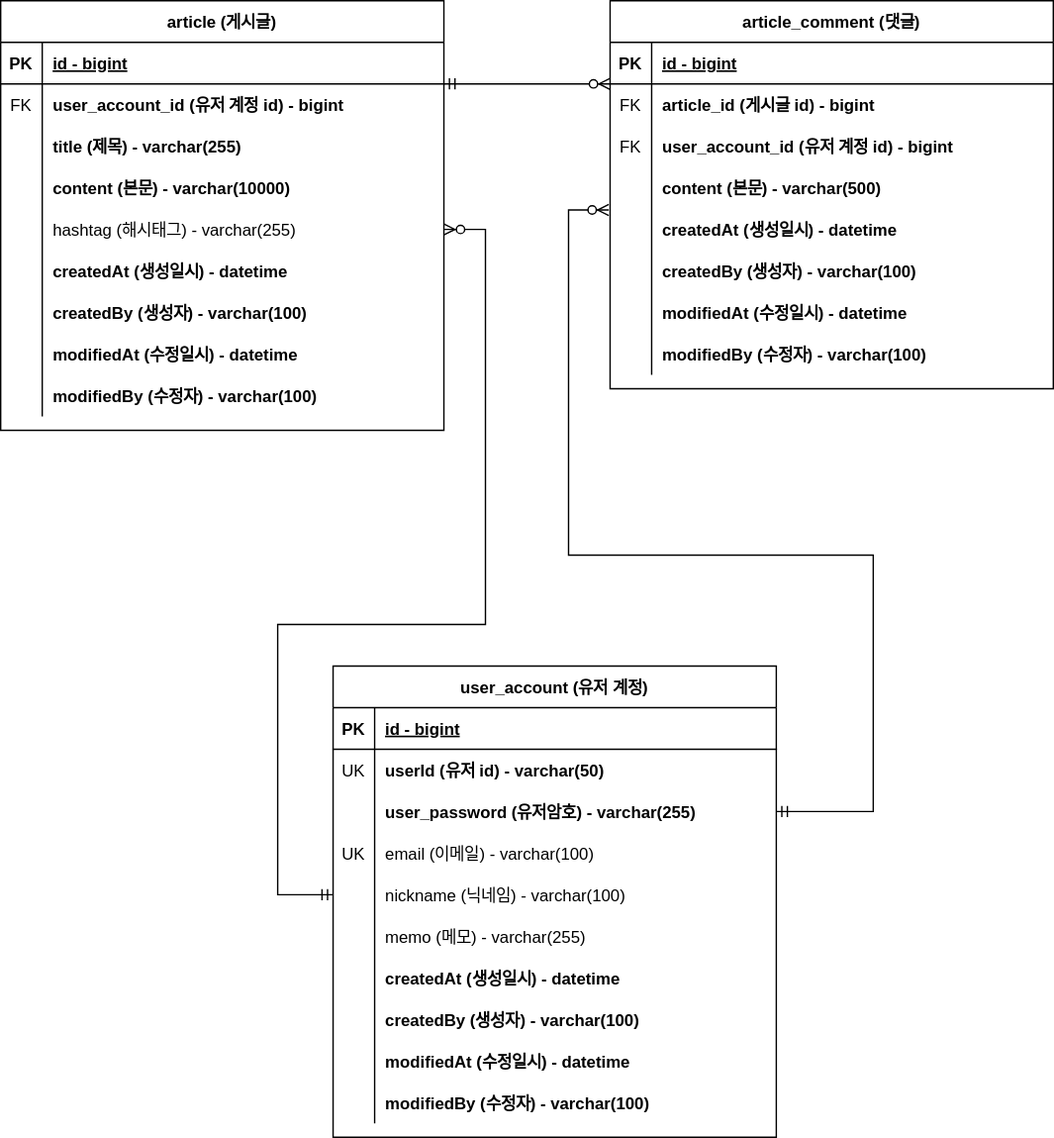
This is document/project-board-erd.svg from 2yxxn/fastcampus-project-board, a draw.io export, as it was before one commit. Source tidied: cells renumbered, new cells last; positions are measured from the earlier drawing's top-left corner, leaving out a move shared by most shapes.
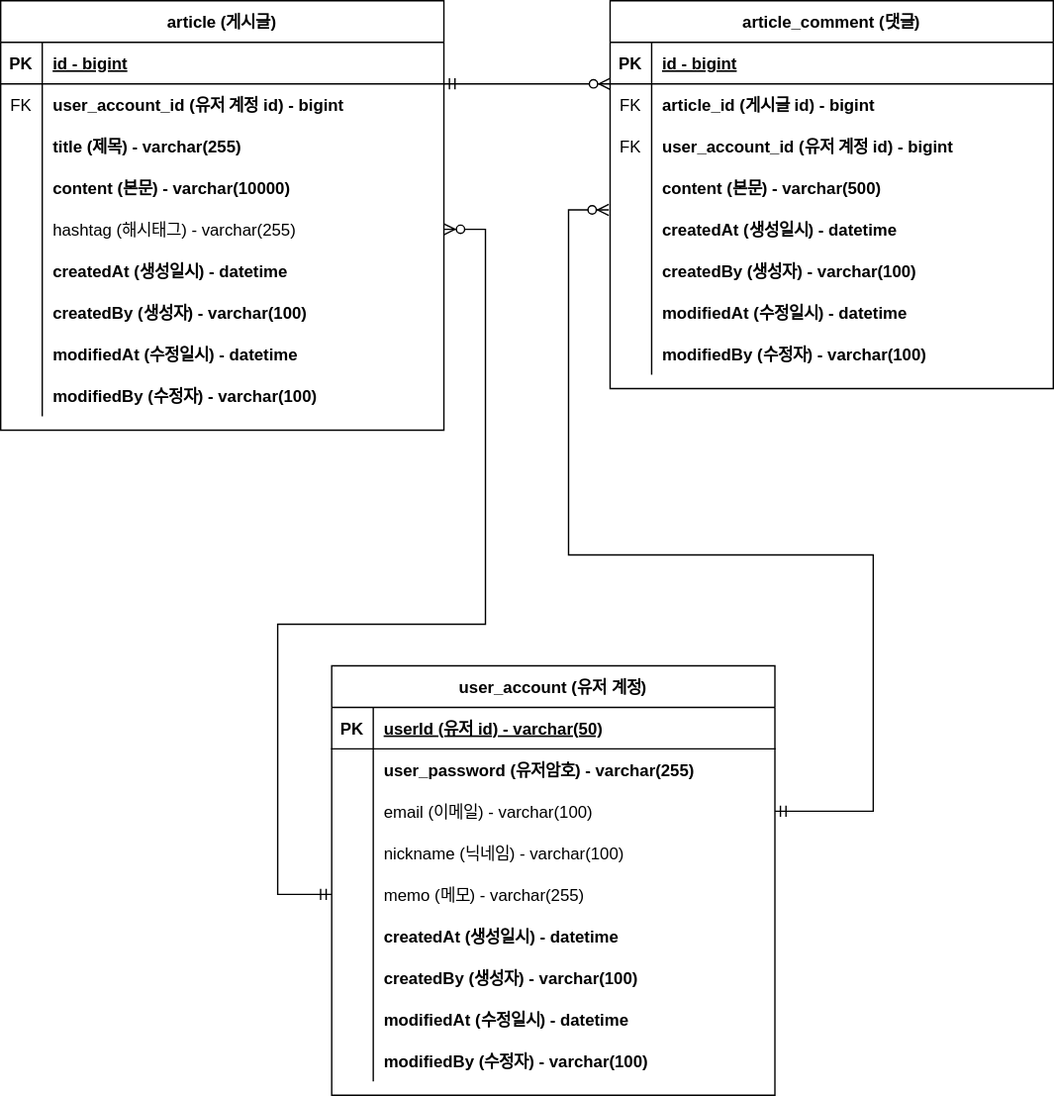
Above is the later version.

Commit message:
#37 - ERD 문서 수정 : 회원 계정 user_id 를 PK 로 변경

회원 계정 기존 `id` 를 삭제하고 `user_id` 를 pk 로 변경하는 그림 적용함.

Diff of the diagram source:
```diff
@@ -162,7 +162,7 @@
       <mxGeometry x="30" width="290" height="30" as="geometry" />
     </mxCell>
     <mxCell id="55" value="user_account (유저 계정)" style="shape=table;startSize=30;rowLines=0;fontStyle=1;align=center;" parent="1" vertex="1">
-      <mxGeometry x="240" y="480" width="320" height="340" as="geometry" />
+      <mxGeometry x="239" y="480" width="320" height="310" as="geometry" />
     </mxCell>
     <mxCell id="56" style="shape=tableRow;horizontal=0;startSize=0;swimlaneHead=0;swimlaneBody=0;fillColor=none;top=0;left=0;right=0;bottom=1;" parent="55" vertex="1">
       <mxGeometry y="30" width="320" height="30" as="geometry" />
@@ -170,20 +170,11 @@
     <mxCell id="57" value="PK" style="shape=partialRectangle;fillColor=none;top=0;left=0;bottom=0;right=0;fontStyle=1;overflow=hidden;" parent="56" vertex="1">
       <mxGeometry width="30" height="30" as="geometry" />
     </mxCell>
-    <mxCell id="58" value="id - bigint" style="shape=partialRectangle;fillColor=none;top=0;left=0;bottom=0;right=0;align=left;spacingLeft=6;fontStyle=5;overflow=hidden;" parent="56" vertex="1">
+    <mxCell id="58" value="userId (유저 id) - varchar(50)" style="shape=partialRectangle;fillColor=none;top=0;left=0;bottom=0;right=0;align=left;spacingLeft=6;fontStyle=5;overflow=hidden;" parent="56" vertex="1">
       <mxGeometry x="30" width="290" height="30" as="geometry" />
     </mxCell>
-    <mxCell id="59" style="shape=tableRow;horizontal=0;startSize=0;swimlaneHead=0;swimlaneBody=0;fillColor=none;top=0;left=0;right=0;bottom=0;" parent="55" vertex="1">
-      <mxGeometry y="60" width="320" height="30" as="geometry" />
-    </mxCell>
-    <mxCell id="60" value="UK" style="shape=partialRectangle;fillColor=none;top=0;left=0;bottom=0;right=0;overflow=hidden;" parent="59" vertex="1">
-      <mxGeometry width="30" height="30" as="geometry" />
-    </mxCell>
-    <mxCell id="61" value="userId (유저 id) - varchar(50)" style="shape=partialRectangle;fillColor=none;top=0;left=0;bottom=0;right=0;align=left;spacingLeft=6;overflow=hidden;fontStyle=1;" parent="59" vertex="1">
-      <mxGeometry x="30" width="290" height="30" as="geometry" />
-    </mxCell>
     <mxCell id="62" style="shape=tableRow;horizontal=0;startSize=0;swimlaneHead=0;swimlaneBody=0;fillColor=none;points=[[0,0.5],[1,0.5]];portConstraint=eastwest;top=0;left=0;right=0;bottom=0;" parent="55" vertex="1">
-      <mxGeometry y="90" width="320" height="30" as="geometry" />
+      <mxGeometry y="60" width="320" height="30" as="geometry" />
     </mxCell>
     <mxCell id="63" style="shape=partialRectangle;fillColor=none;top=0;left=0;bottom=0;right=0;overflow=hidden;" parent="62" vertex="1">
       <mxGeometry width="30" height="30" as="geometry" />
@@ -192,16 +183,16 @@
       <mxGeometry x="30" width="290" height="30" as="geometry" />
     </mxCell>
     <mxCell id="65" style="shape=tableRow;horizontal=0;startSize=0;swimlaneHead=0;swimlaneBody=0;fillColor=none;points=[[0,0.5],[1,0.5]];portConstraint=eastwest;top=0;left=0;right=0;bottom=0;" parent="55" vertex="1">
-      <mxGeometry y="120" width="320" height="30" as="geometry" />
+      <mxGeometry y="90" width="320" height="30" as="geometry" />
     </mxCell>
-    <mxCell id="66" value="UK" style="shape=partialRectangle;fillColor=none;top=0;left=0;bottom=0;right=0;overflow=hidden;" parent="65" vertex="1">
+    <mxCell id="66" style="shape=partialRectangle;fillColor=none;top=0;left=0;bottom=0;right=0;overflow=hidden;" parent="65" vertex="1">
       <mxGeometry width="30" height="30" as="geometry" />
     </mxCell>
     <mxCell id="67" value="email (이메일) - varchar(100)" style="shape=partialRectangle;fillColor=none;top=0;left=0;bottom=0;right=0;align=left;spacingLeft=6;overflow=hidden;" parent="65" vertex="1">
       <mxGeometry x="30" width="290" height="30" as="geometry" />
     </mxCell>
     <mxCell id="68" style="shape=tableRow;horizontal=0;startSize=0;swimlaneHead=0;swimlaneBody=0;fillColor=none;points=[[0,0.5],[1,0.5]];portConstraint=eastwest;top=0;left=0;right=0;bottom=0;" parent="55" vertex="1">
-      <mxGeometry y="150" width="320" height="30" as="geometry" />
+      <mxGeometry y="120" width="320" height="30" as="geometry" />
     </mxCell>
     <mxCell id="69" style="shape=partialRectangle;fillColor=none;top=0;left=0;bottom=0;right=0;overflow=hidden;" parent="68" vertex="1">
       <mxGeometry width="30" height="30" as="geometry" />
@@ -210,7 +201,7 @@
       <mxGeometry x="30" width="290" height="30" as="geometry" />
     </mxCell>
     <mxCell id="71" style="shape=tableRow;horizontal=0;startSize=0;swimlaneHead=0;swimlaneBody=0;fillColor=none;points=[[0,0.5],[1,0.5]];portConstraint=eastwest;top=0;left=0;right=0;bottom=0;" parent="55" vertex="1">
-      <mxGeometry y="180" width="320" height="30" as="geometry" />
+      <mxGeometry y="150" width="320" height="30" as="geometry" />
     </mxCell>
     <mxCell id="72" style="shape=partialRectangle;fillColor=none;top=0;left=0;bottom=0;right=0;overflow=hidden;" parent="71" vertex="1">
       <mxGeometry width="30" height="30" as="geometry" />
@@ -219,7 +210,7 @@
       <mxGeometry x="30" width="290" height="30" as="geometry" />
     </mxCell>
     <mxCell id="74" style="shape=tableRow;horizontal=0;startSize=0;swimlaneHead=0;swimlaneBody=0;fillColor=none;top=0;left=0;right=0;bottom=0;" parent="55" vertex="1">
-      <mxGeometry y="210" width="320" height="30" as="geometry" />
+      <mxGeometry y="180" width="320" height="30" as="geometry" />
     </mxCell>
     <mxCell id="75" style="shape=partialRectangle;fillColor=none;top=0;left=0;bottom=0;right=0;overflow=hidden;" parent="74" vertex="1">
       <mxGeometry width="30" height="30" as="geometry" />
@@ -228,7 +219,7 @@
       <mxGeometry x="30" width="290" height="30" as="geometry" />
     </mxCell>
     <mxCell id="77" style="shape=tableRow;horizontal=0;startSize=0;swimlaneHead=0;swimlaneBody=0;fillColor=none;top=0;left=0;right=0;bottom=0;" parent="55" vertex="1">
-      <mxGeometry y="240" width="320" height="30" as="geometry" />
+      <mxGeometry y="210" width="320" height="30" as="geometry" />
     </mxCell>
     <mxCell id="78" style="shape=partialRectangle;fillColor=none;top=0;left=0;bottom=0;right=0;overflow=hidden;" parent="77" vertex="1">
       <mxGeometry width="30" height="30" as="geometry" />
@@ -237,7 +228,7 @@
       <mxGeometry x="30" width="290" height="30" as="geometry" />
     </mxCell>
     <mxCell id="80" style="shape=tableRow;horizontal=0;startSize=0;swimlaneHead=0;swimlaneBody=0;fillColor=none;top=0;left=0;right=0;bottom=0;" parent="55" vertex="1">
-      <mxGeometry y="270" width="320" height="30" as="geometry" />
+      <mxGeometry y="240" width="320" height="30" as="geometry" />
     </mxCell>
     <mxCell id="81" style="shape=partialRectangle;fillColor=none;top=0;left=0;bottom=0;right=0;overflow=hidden;" parent="80" vertex="1">
       <mxGeometry width="30" height="30" as="geometry" />
@@ -246,7 +237,7 @@
       <mxGeometry x="30" width="290" height="30" as="geometry" />
     </mxCell>
     <mxCell id="83" style="shape=tableRow;horizontal=0;startSize=0;swimlaneHead=0;swimlaneBody=0;fillColor=none;top=0;left=0;right=0;bottom=0;" parent="55" vertex="1">
-      <mxGeometry y="300" width="320" height="30" as="geometry" />
+      <mxGeometry y="270" width="320" height="30" as="geometry" />
     </mxCell>
     <mxCell id="84" style="shape=partialRectangle;fillColor=none;top=0;left=0;bottom=0;right=0;overflow=hidden;" parent="83" vertex="1">
       <mxGeometry width="30" height="30" as="geometry" />
@@ -254,7 +245,7 @@
     <mxCell id="85" value="modifiedBy (수정자) - varchar(100)" style="shape=partialRectangle;fillColor=none;top=0;left=0;bottom=0;right=0;align=left;spacingLeft=6;overflow=hidden;fontStyle=1;" parent="83" vertex="1">
       <mxGeometry x="30" width="290" height="30" as="geometry" />
     </mxCell>
-    <mxCell id="86" style="fontSize=12;html=1;endArrow=ERzeroToMany;startArrow=ERmandOne;rounded=0;exitX=1;exitY=0.5;exitDx=0;exitDy=0;entryX=-0.003;entryY=0.033;entryDx=0;entryDy=0;entryPerimeter=0;" parent="1" edge="1" source="62" target="43">
+    <mxCell id="86" style="fontSize=12;html=1;endArrow=ERzeroToMany;startArrow=ERmandOne;rounded=0;exitX=1;exitY=0.5;exitDx=0;exitDy=0;entryX=-0.003;entryY=0.033;entryDx=0;entryDy=0;entryPerimeter=0;" parent="1" edge="1" source="65" target="43">
       <mxGeometry relative="1" as="geometry">
         <Array as="points">
           <mxPoint x="630" y="585" />
@@ -266,7 +257,7 @@
         </Array>
       </mxGeometry>
     </mxCell>
-    <mxCell id="87" style="fontSize=12;html=1;endArrow=ERzeroToMany;startArrow=ERmandOne;rounded=0;exitX=0;exitY=0.5;exitDx=0;exitDy=0;entryX=1;entryY=0.5;entryDx=0;entryDy=0;" parent="1" edge="1" source="68" target="15">
+    <mxCell id="87" style="fontSize=12;html=1;endArrow=ERzeroToMany;startArrow=ERmandOne;rounded=0;exitX=0;exitY=0.5;exitDx=0;exitDy=0;entryX=1;entryY=0.5;entryDx=0;entryDy=0;" parent="1" edge="1" source="71" target="15">
       <mxGeometry relative="1" as="geometry">
         <Array as="points">
           <mxPoint x="200" y="645" />
```
